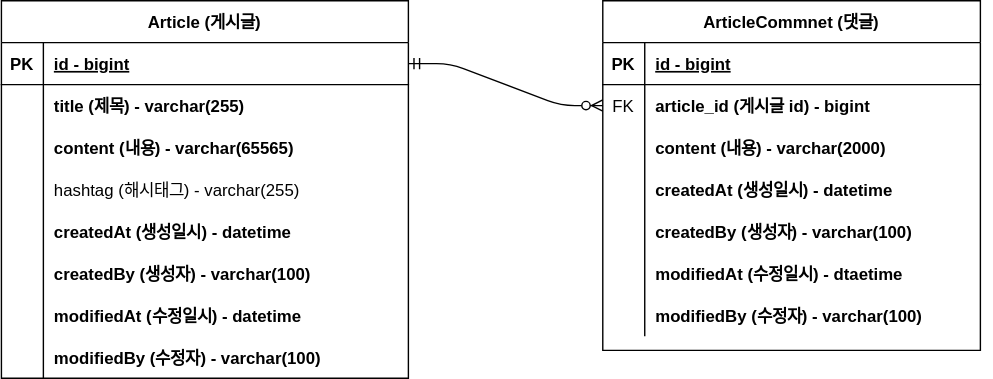
Earlier version of the draw.io export document/project-board-erd.svg (vartyor/project-board). Source tidied: cells renumbered, new cells last; positions are measured from the earlier drawing's top-left corner, leaving out a move shared by most shapes.
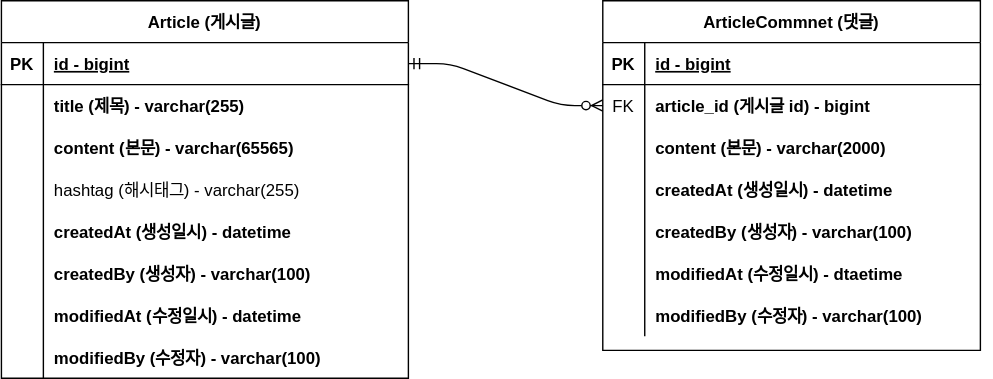
The same diagram one commit later.

Commit message:
#8 - ERD 주석 업데이트: project-board-erd.svg

Diff of the diagram source:
```diff
@@ -32,7 +32,7 @@
     <mxCell id="11" style="shape=partialRectangle;overflow=hidden;fillColor=none;top=0;left=0;bottom=0;right=0;" parent="10" vertex="1">
       <mxGeometry width="30" height="30" as="geometry" />
     </mxCell>
-    <mxCell id="12" value="content (내용) - varchar(2000)" style="shape=partialRectangle;overflow=hidden;fillColor=none;top=0;left=0;bottom=0;right=0;align=left;spacingLeft=6;fontStyle=1;" parent="10" vertex="1">
+    <mxCell id="12" value="content (본문) - varchar(2000)" style="shape=partialRectangle;overflow=hidden;fillColor=none;top=0;left=0;bottom=0;right=0;align=left;spacingLeft=6;fontStyle=1;" parent="10" vertex="1">
       <mxGeometry x="30" width="240" height="30" as="geometry" />
     </mxCell>
     <mxCell id="13" style="shape=partialRectangle;fillColor=none;points=[[0,0.5],[1,0.5]];portConstraint=eastwest;top=0;left=0;right=0;bottom=0;" parent="3" vertex="1">
@@ -101,7 +101,7 @@
     <mxCell id="34" style="shape=partialRectangle;overflow=hidden;fillColor=none;top=0;left=0;bottom=0;right=0;" parent="33" vertex="1">
       <mxGeometry width="30" height="30" as="geometry" />
     </mxCell>
-    <mxCell id="35" value="content (내용) - varchar(65565)" style="shape=partialRectangle;overflow=hidden;fillColor=none;top=0;left=0;bottom=0;right=0;align=left;spacingLeft=6;fontStyle=1;" parent="33" vertex="1">
+    <mxCell id="35" value="content (본문) - varchar(65565)" style="shape=partialRectangle;overflow=hidden;fillColor=none;top=0;left=0;bottom=0;right=0;align=left;spacingLeft=6;fontStyle=1;" parent="33" vertex="1">
       <mxGeometry x="30" width="261" height="30" as="geometry" />
     </mxCell>
     <mxCell id="36" style="shape=partialRectangle;fillColor=none;top=0;left=0;right=0;bottom=0;" parent="26" vertex="1">
```
